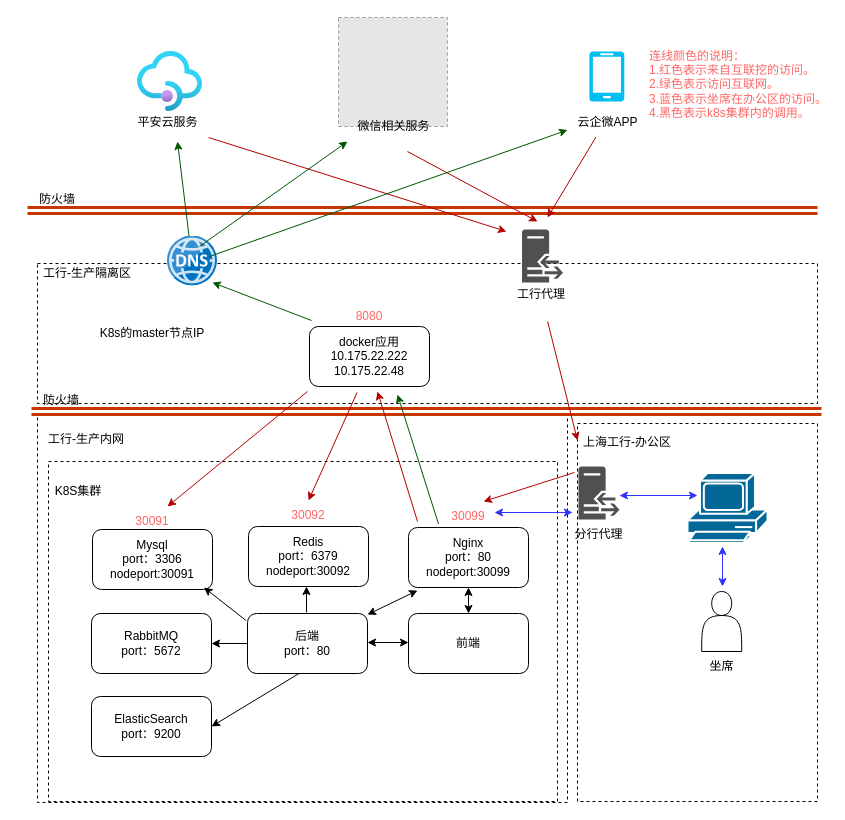
csmiao168/go_study keeps this draw.io diagram as module8/工行-3.drawio. Above is the earlier version. Source tidied: cells renumbered, new cells numbered last; positions are measured from the earlier drawing's top-left corner, leaving out a move shared by most shapes. Both pictures are drawn from the tidied source at 100%, with x=0, y=0 at pixel (17, 17). Pictures stored in the file or linked from it are replaced by grey dashed boxes.
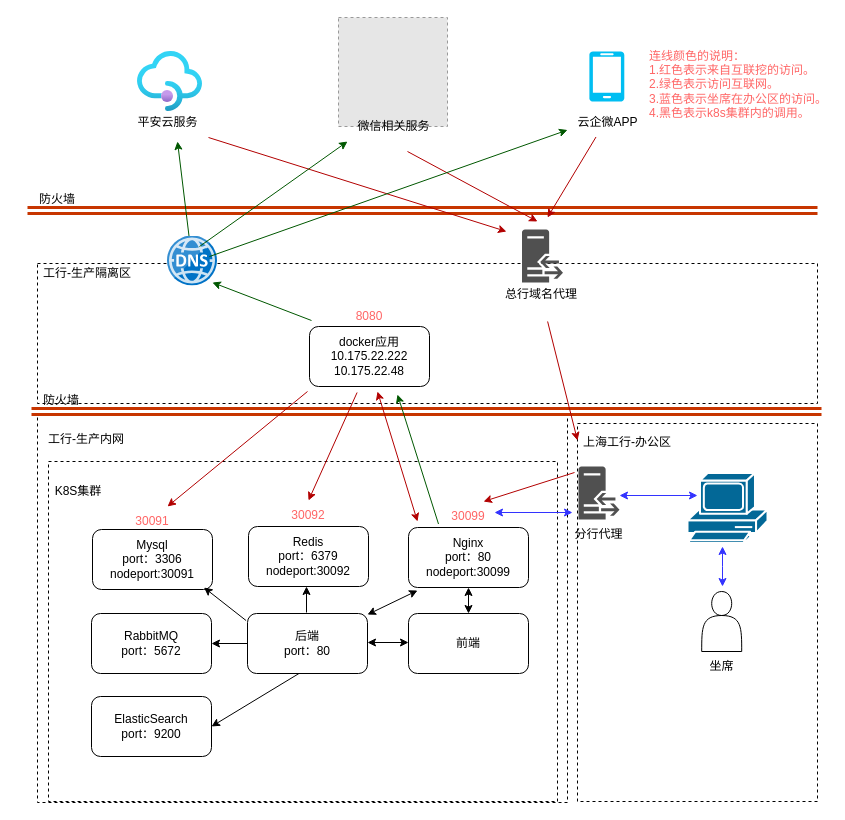
The same page after the edit.

Unchanged cells that the change refers to:
```xml
<mxCell id="53" style="group;" parent="1" vertex="1">
  <mxGeometry x="444" y="212" width="160" height="80" as="geometry" />
</mxCell>
```

Diff of the diagram source:
```diff
@@
-    <mxCell id="55" value="工行代理" style="text;html=1;align=center;verticalAlign=middle;whiteSpace=wrap;rounded=0;" parent="53" vertex="1">
+    <mxCell id="55" value="总行域名代理" style="text;html=1;align=center;verticalAlign=middle;whiteSpace=wrap;rounded=0;" parent="53" vertex="1">
       <mxGeometry y="50" width="160" height="30" as="geometry" />
     </mxCell>
@@
-    <mxCell id="72" value="K8s的master节点IP" style="text;html=1;align=center;verticalAlign=middle;whiteSpace=wrap;rounded=0;" parent="1" vertex="1">
-      <mxGeometry x="75" y="291" width="120" height="50" as="geometry" />
-    </mxCell>
@@
-    <mxCell id="74" style="endArrow=none;startArrow=classic;html=1;rounded=0;fillColor=#e51400;strokeColor=#B20000;endFill=0;" parent="1" edge="1">
+    <mxCell id="74" style="endArrow=classic;startArrow=classic;html=1;rounded=0;fillColor=#e51400;strokeColor=#B20000;endFill=1;" parent="1" edge="1">
       <mxGeometry relative="1" as="geometry">
         <mxPoint x="360" y="374" as="sourcePoint" />
         <mxPoint x="400" y="504" as="targetPoint" />
       </mxGeometry>
     </mxCell>
```
